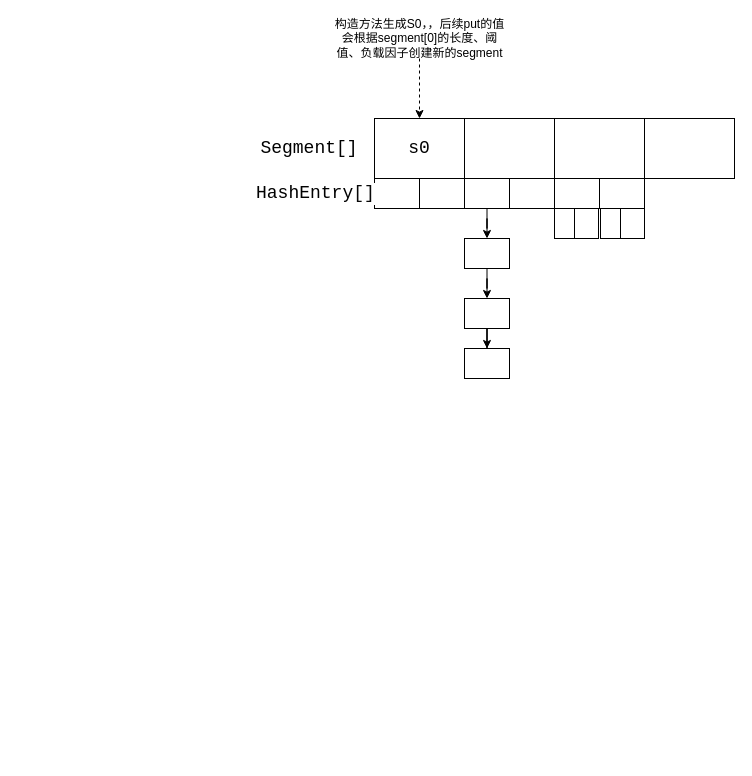
This is page "1.7ConcurrentHashMap" (1 of 2) of HashMap.drawio from moshan123/draw, a draw.io file, before an edit. Source tidied: cells renumbered, new cells numbered last; positions are measured from the earlier drawing's top-left corner, leaving out a move shared by most shapes. Both pictures are drawn from the tidied source at 100%, with x=0, y=0 at pixel (254, 18).
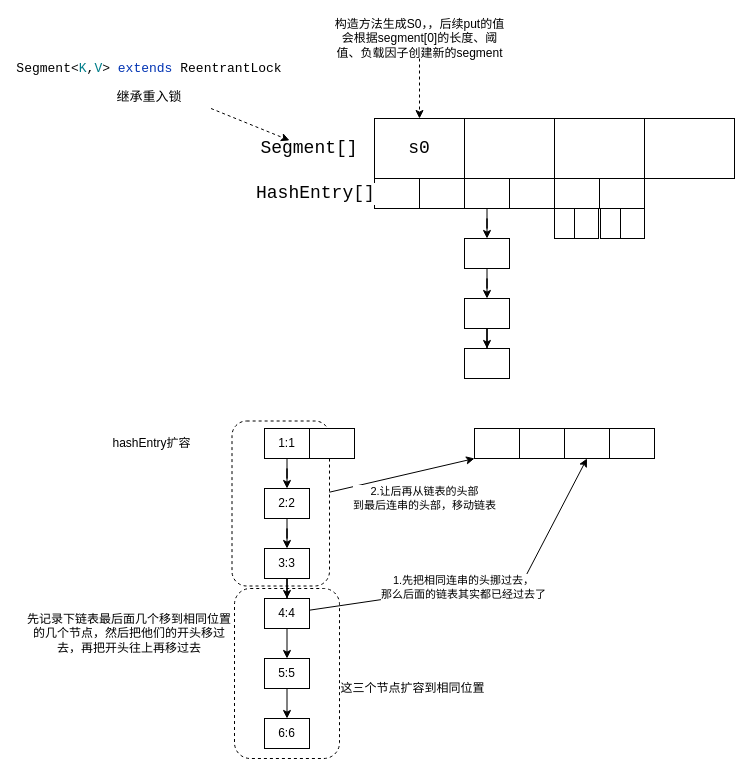
The same diagram, later.

Unchanged cells that the change refers to:
```xml
<mxCell id="13" style="rounded=0;whiteSpace=wrap;html=1;" parent="1" vertex="1">
  <mxGeometry x="300" y="190" width="20" height="30" as="geometry" />
</mxCell>
<mxCell id="14" style="rounded=0;whiteSpace=wrap;html=1;" parent="1" vertex="1">
  <mxGeometry x="320" y="190" width="24" height="30" as="geometry" />
</mxCell>
<mxCell id="17" value="&lt;pre style=&quot;background-color: #ffffff ; color: #080808 ; font-family: &amp;#34;jetbrains mono&amp;#34; , monospace ; font-size: 13.5pt&quot;&gt;&lt;span style=&quot;color: #000000&quot;&gt;Segment[]&lt;/span&gt;&lt;/pre&gt;" style="text;html=1;strokeColor=none;fillColor=none;align=center;verticalAlign=middle;whiteSpace=wrap;rounded=0;" parent="1" vertex="1">
  <mxGeometry x="35" y="120" width="40" height="20" as="geometry" />
</mxCell>
```

The edit, as a diff of the source:
```diff
@@
+    <mxCell id="26" style="rounded=1;whiteSpace=wrap;html=1;dashed=1;" parent="1" vertex="1">
+      <mxGeometry x="-22.5" y="402.5" width="97.5" height="165" as="geometry" />
+    </mxCell>
+    <mxCell id="27" style="rounded=1;whiteSpace=wrap;html=1;dashed=1;arcSize=15;" parent="1" vertex="1">
+      <mxGeometry x="-20" y="570" width="105" height="170" as="geometry" />
+    </mxCell>
@@
+    <mxCell id="28" style="edgeStyle=none;rounded=0;jettySize=auto;html=1;entryX=0;entryY=1;entryDx=0;entryDy=0;dashed=1;" parent="1" edge="1" source="13" target="14">
+      <mxGeometry relative="1" as="geometry" />
+    </mxCell>
@@
+    <mxCell id="29" style="rounded=0;jettySize=auto;html=1;dashed=1;" parent="1" edge="1" source="30" target="17">
+      <mxGeometry relative="1" as="geometry" />
+    </mxCell>
+    <mxCell id="30" value="&lt;pre style=&quot;background-color: rgb(255 , 255 , 255) ; color: rgb(8 , 8 , 8) ; font-family: &amp;#34;jetbrains mono&amp;#34; , monospace ; font-size: 13px&quot;&gt;&lt;span style=&quot;color: #000000&quot;&gt;Segment&lt;/span&gt;&amp;lt;&lt;span style=&quot;color: #007e8a&quot;&gt;K&lt;/span&gt;,&lt;span style=&quot;color: #007e8a&quot;&gt;V&lt;/span&gt;&amp;gt; &lt;span style=&quot;color: #0033b3&quot;&gt;extends &lt;/span&gt;&lt;span style=&quot;color: rgb(0 , 0 , 0)&quot;&gt;ReentrantLock&lt;/span&gt;&lt;/pre&gt;&lt;pre style=&quot;background-color: rgb(255 , 255 , 255) ; font-family: &amp;#34;jetbrains mono&amp;#34; , monospace ; font-size: 13px&quot;&gt;继承重入锁&lt;/pre&gt;" style="text;html=1;strokeColor=none;fillColor=none;align=center;verticalAlign=middle;whiteSpace=wrap;rounded=0;" parent="1" vertex="1">
+      <mxGeometry x="-230" y="40" width="250" height="50" as="geometry" />
+    </mxCell>
+    <mxCell id="31" value="hashEntry扩容" style="text;html=1;strokeColor=none;fillColor=none;align=center;verticalAlign=middle;whiteSpace=wrap;rounded=0;" parent="1" vertex="1">
+      <mxGeometry x="-190" y="415" width="175" height="20" as="geometry" />
+    </mxCell>
+    <mxCell id="32" style="edgeStyle=orthogonalEdgeStyle;rounded=0;jettySize=auto;html=1;" parent="1" edge="1" source="33" target="35">
+      <mxGeometry relative="1" as="geometry" />
+    </mxCell>
+    <mxCell id="33" value="1:1" style="rounded=0;whiteSpace=wrap;html=1;" parent="1" vertex="1">
+      <mxGeometry x="10" y="410" width="45" height="30" as="geometry" />
+    </mxCell>
+    <mxCell id="34" style="edgeStyle=orthogonalEdgeStyle;rounded=0;jettySize=auto;html=1;" parent="1" edge="1" source="35" target="37">
+      <mxGeometry relative="1" as="geometry" />
+    </mxCell>
+    <mxCell id="35" value="2:2" style="rounded=0;whiteSpace=wrap;html=1;" parent="1" vertex="1">
+      <mxGeometry x="10" y="470" width="45" height="30" as="geometry" />
+    </mxCell>
+    <mxCell id="36" style="edgeStyle=orthogonalEdgeStyle;rounded=0;jettySize=auto;html=1;" parent="1" edge="1" source="37" target="41">
+      <mxGeometry relative="1" as="geometry" />
+    </mxCell>
+    <mxCell id="37" value="3:3" style="rounded=0;whiteSpace=wrap;html=1;" parent="1" vertex="1">
+      <mxGeometry x="10" y="530" width="45" height="30" as="geometry" />
+    </mxCell>
+    <mxCell id="38" style="edgeStyle=none;rounded=0;jettySize=auto;html=1;" parent="1" edge="1" source="41" target="48">
+      <mxGeometry relative="1" as="geometry" />
+    </mxCell>
+    <mxCell id="39" style="edgeStyle=none;rounded=0;jettySize=auto;html=1;entryX=0.5;entryY=1;entryDx=0;entryDy=0;" parent="1" edge="1" source="41" target="45">
+      <mxGeometry relative="1" as="geometry">
+        <Array as="points">
+          <mxPoint x="270" y="560" />
+        </Array>
+      </mxGeometry>
+    </mxCell>
+    <mxCell id="40" value="1.先把相同连串的头挪过去，&lt;br&gt;那么后面的链表其实都已经过去了" style="edgeLabel;html=1;align=center;verticalAlign=middle;" parent="39" vertex="1">
+      <mxGeometry x="-0.12" y="1" relative="1" as="geometry" />
+    </mxCell>
+    <mxCell id="41" value="4:4" style="rounded=0;whiteSpace=wrap;html=1;" parent="1" vertex="1">
+      <mxGeometry x="10" y="580" width="45" height="30" as="geometry" />
+    </mxCell>
+    <mxCell id="42" style="rounded=0;whiteSpace=wrap;html=1;" parent="1" vertex="1">
+      <mxGeometry x="55" y="410" width="45" height="30" as="geometry" />
+    </mxCell>
+    <mxCell id="43" style="rounded=0;whiteSpace=wrap;html=1;" parent="1" vertex="1">
+      <mxGeometry x="220" y="410" width="45" height="30" as="geometry" />
+    </mxCell>
+    <mxCell id="44" style="rounded=0;whiteSpace=wrap;html=1;" parent="1" vertex="1">
+      <mxGeometry x="265" y="410" width="45" height="30" as="geometry" />
+    </mxCell>
+    <mxCell id="45" style="rounded=0;whiteSpace=wrap;html=1;" parent="1" vertex="1">
+      <mxGeometry x="310" y="410" width="45" height="30" as="geometry" />
+    </mxCell>
+    <mxCell id="46" style="rounded=0;whiteSpace=wrap;html=1;" parent="1" vertex="1">
+      <mxGeometry x="355" y="410" width="45" height="30" as="geometry" />
+    </mxCell>
+    <mxCell id="47" style="edgeStyle=none;rounded=0;jettySize=auto;html=1;" parent="1" edge="1" source="48" target="51">
+      <mxGeometry relative="1" as="geometry" />
+    </mxCell>
+    <mxCell id="48" value="5:5" style="rounded=0;whiteSpace=wrap;html=1;" parent="1" vertex="1">
+      <mxGeometry x="10" y="640" width="45" height="30" as="geometry" />
+    </mxCell>
+    <mxCell id="49" value="先记录下链表最后面几个移到相同位置的几个节点，然后把他们的开头移过去，再把开头往上再移过去" style="text;html=1;strokeColor=none;fillColor=none;align=center;verticalAlign=middle;whiteSpace=wrap;rounded=0;" parent="1" vertex="1">
+      <mxGeometry x="-230" y="570" width="210" height="90" as="geometry" />
+    </mxCell>
+    <mxCell id="50" value="这三个节点扩容到相同位置" style="text;html=1;align=center;verticalAlign=middle;strokeColor=none;" parent="1" vertex="1">
+      <mxGeometry x="77.5" y="660" width="160" height="20" as="geometry" />
+    </mxCell>
+    <mxCell id="51" value="6:6" style="rounded=0;whiteSpace=wrap;html=1;" parent="1" vertex="1">
+      <mxGeometry x="10" y="700" width="45" height="30" as="geometry" />
+    </mxCell>
+    <mxCell id="52" value="2.让后再从链表的头部&lt;br&gt;到最后连串的头部，移动链表" style="edgeStyle=none;rounded=0;jettySize=auto;html=1;entryX=0;entryY=1;entryDx=0;entryDy=0;" parent="1" edge="1" source="26" target="43">
+      <mxGeometry x="0.22" y="-28" relative="1" as="geometry" />
+    </mxCell>
```
